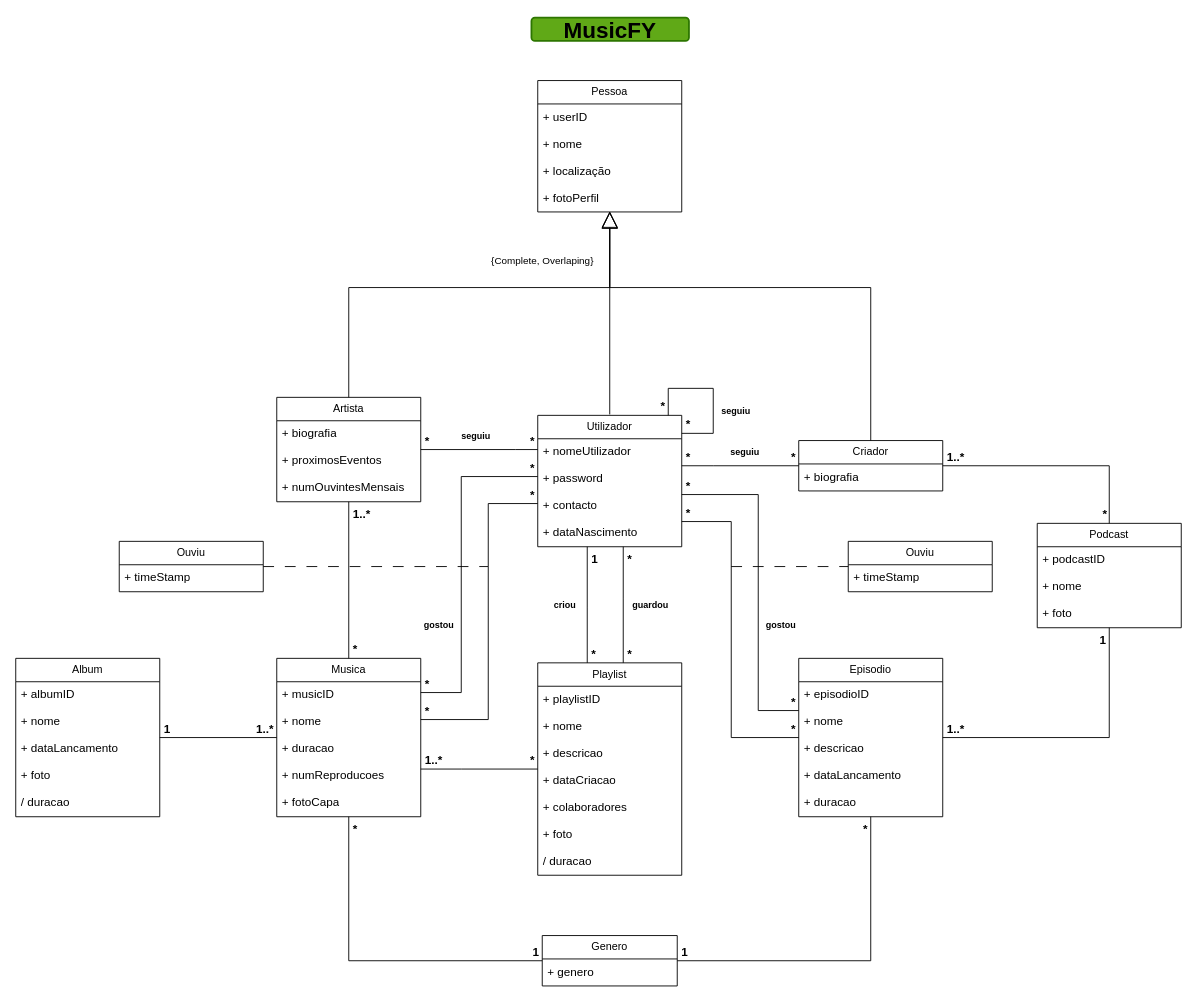
This is Untitled Diagram.drawio from PedroLunet/database, a draw.io file, before an edit. Source tidied: cells renumbered, new cells numbered last; positions are measured from the earlier drawing's top-left corner, leaving out a move shared by most shapes. Both pictures are drawn from the tidied source at 90%, with x=0, y=0 at pixel (15, 17).
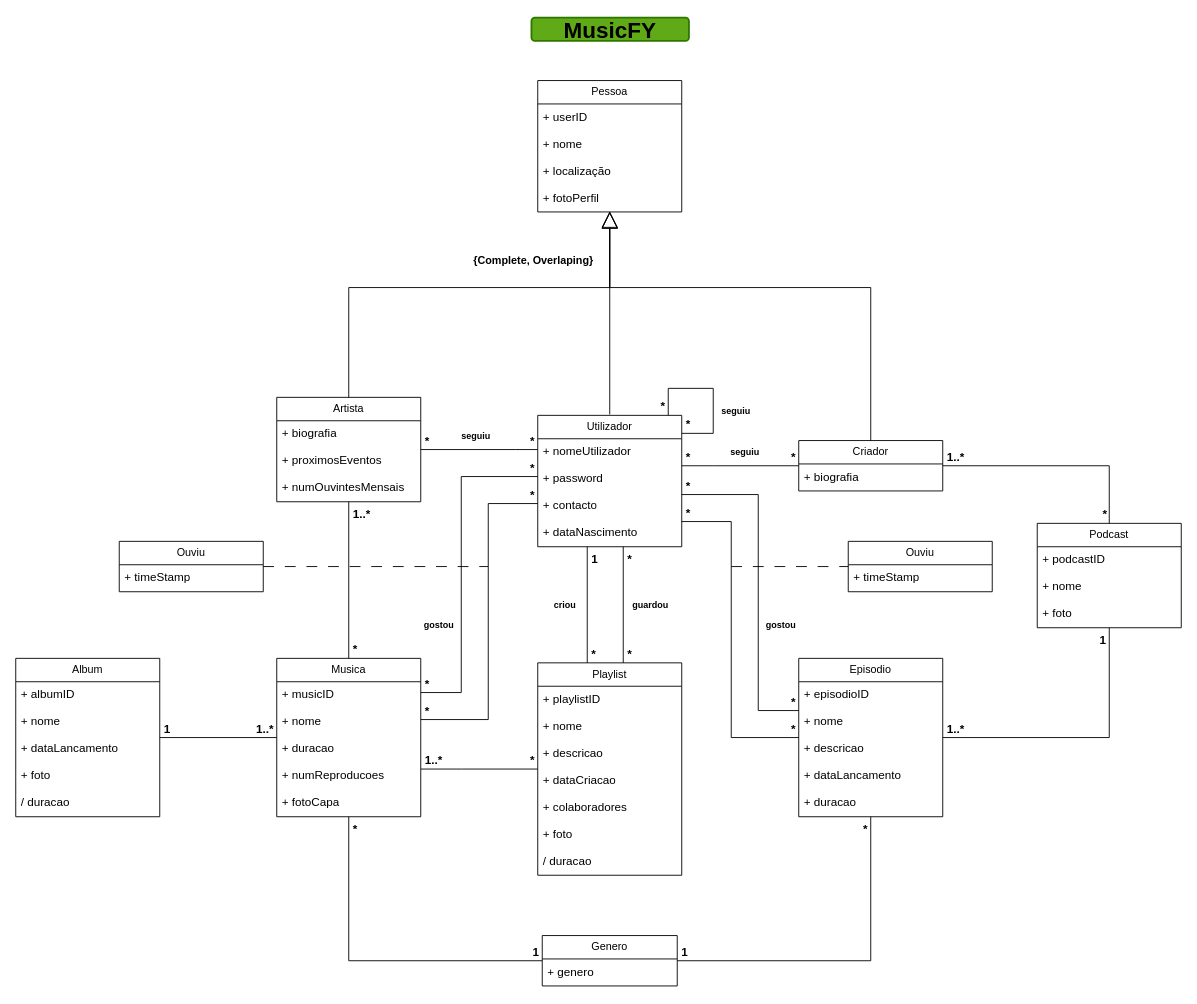
The same page after the edit.

Change to the diagram source:
```diff
@@
-    <mxCell id="19" value="{Complete, Overlaping}" style="endArrow=block;endSize=16;endFill=0;html=1;rounded=0;" parent="1" edge="1">
-      <mxGeometry x="0.51" y="75" relative="1" as="geometry">
+    <mxCell id="19" value="&lt;font style=&quot;font-size: 12px;&quot;&gt;&lt;b&gt;{Complete, Overlaping}&lt;/b&gt;&lt;/font&gt;" style="endArrow=block;endSize=16;endFill=0;html=1;rounded=0;" parent="1" edge="1">
+      <mxGeometry x="0.51" y="85" relative="1" as="geometry">
         <mxPoint x="660" y="441" as="sourcePoint" />
         <mxPoint x="660" y="215" as="targetPoint" />
         <Array as="points">
           <mxPoint x="660" y="299" />
         </Array>
       </mxGeometry>
     </mxCell>
```
